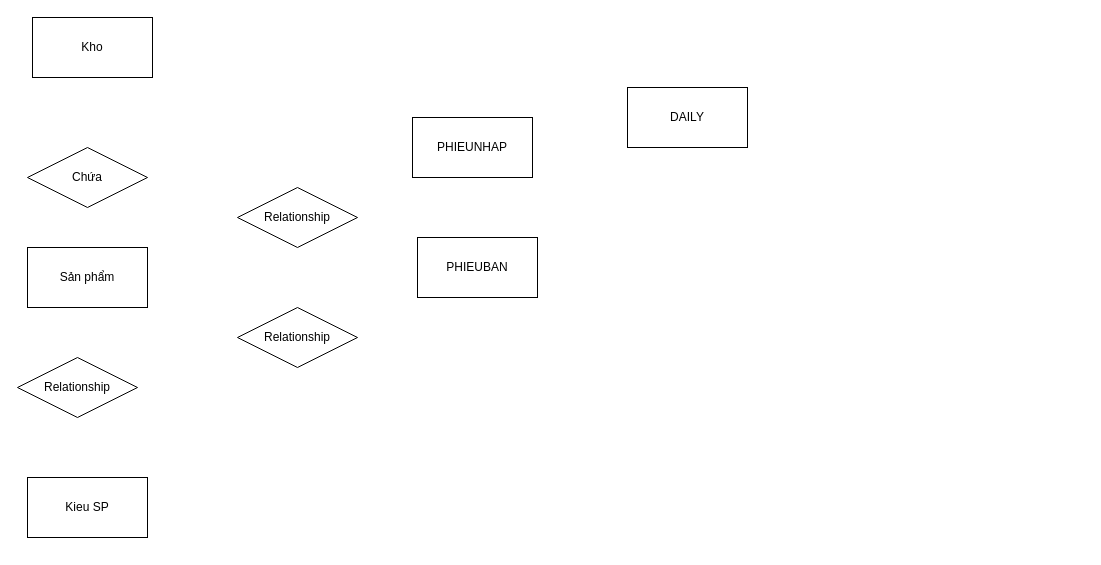
Before: Untitled Diagram.drawio in st123580/csdl, a draw.io diagram. Source tidied: cells renumbered, new cells numbered last; positions are measured from the earlier drawing's top-left corner, leaving out a move shared by most shapes. Both pictures are drawn from the tidied source at 100%, with x=0, y=0 at pixel (17, 17).
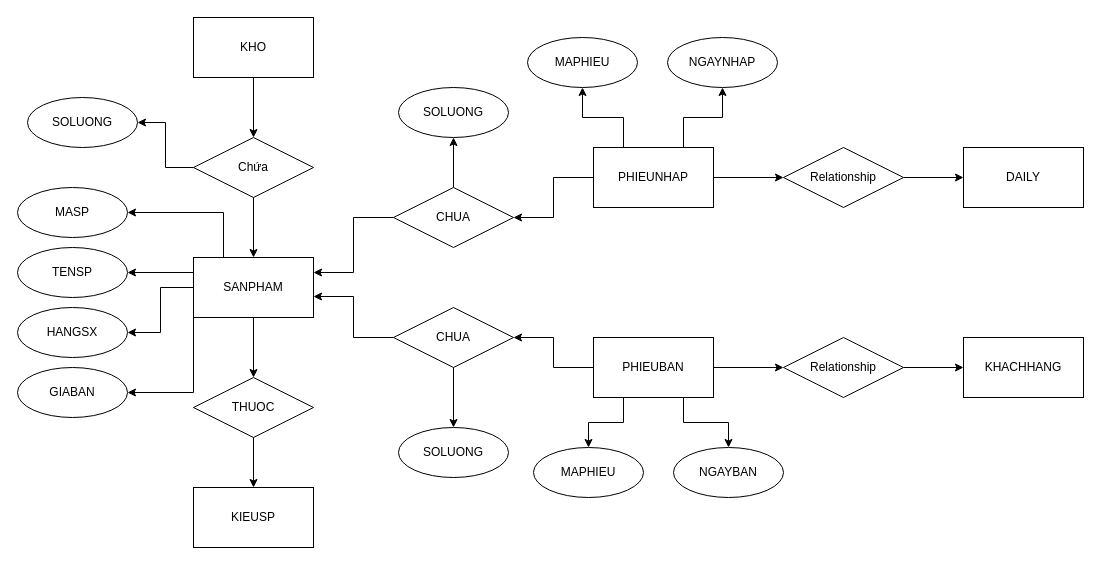
The same diagram, later.

Diff of the diagram source:
```diff
@@
+    <mxCell id="12" style="edgeStyle=orthogonalEdgeStyle;rounded=0;jettySize=auto;html=1;exitX=0.5;exitY=1;exitDx=0;exitDy=0;entryX=0.5;entryY=0;entryDx=0;entryDy=0;" parent="1" edge="1" source="2" target="3">
+      <mxGeometry relative="1" as="geometry" />
+    </mxCell>
-    <mxCell id="2" value="Kho" style="rounded=0;whiteSpace=wrap;html=1;" parent="1" vertex="1">
-      <mxGeometry x="15" width="120" height="60" as="geometry" />
+    <mxCell id="2" value="KHO" style="rounded=0;whiteSpace=wrap;html=1;" parent="1" vertex="1">
+      <mxGeometry x="176" width="120" height="60" as="geometry" />
     </mxCell>
+    <mxCell id="13" style="edgeStyle=orthogonalEdgeStyle;rounded=0;jettySize=auto;html=1;exitX=0.5;exitY=1;exitDx=0;exitDy=0;entryX=0.5;entryY=0;entryDx=0;entryDy=0;" parent="1" edge="1" source="3" target="4">
+      <mxGeometry relative="1" as="geometry" />
+    </mxCell>
+    <mxCell id="14" style="edgeStyle=orthogonalEdgeStyle;rounded=0;jettySize=auto;html=1;exitX=0;exitY=0.5;exitDx=0;exitDy=0;entryX=1;entryY=0.5;entryDx=0;entryDy=0;" parent="1" edge="1" source="3" target="38">
+      <mxGeometry relative="1" as="geometry" />
+    </mxCell>
     <mxCell id="3" value="Chứa" style="rhombus;whiteSpace=wrap;html=1;" parent="1" vertex="1">
-      <mxGeometry x="10" y="130" width="120" height="60" as="geometry" />
+      <mxGeometry x="176" y="120" width="120" height="60" as="geometry" />
     </mxCell>
+    <mxCell id="15" style="edgeStyle=orthogonalEdgeStyle;rounded=0;jettySize=auto;html=1;exitX=0.5;exitY=1;exitDx=0;exitDy=0;entryX=0.5;entryY=0;entryDx=0;entryDy=0;" parent="1" edge="1" source="4" target="5">
+      <mxGeometry relative="1" as="geometry" />
+    </mxCell>
+    <mxCell id="16" style="edgeStyle=orthogonalEdgeStyle;rounded=0;jettySize=auto;html=1;exitX=0.25;exitY=0;exitDx=0;exitDy=0;entryX=1;entryY=0.5;entryDx=0;entryDy=0;" parent="1" edge="1" source="4" target="39">
+      <mxGeometry relative="1" as="geometry" />
+    </mxCell>
+    <mxCell id="17" style="edgeStyle=orthogonalEdgeStyle;rounded=0;jettySize=auto;html=1;exitX=0;exitY=0.25;exitDx=0;exitDy=0;" parent="1" edge="1" source="4" target="40">
+      <mxGeometry relative="1" as="geometry" />
+    </mxCell>
+    <mxCell id="18" style="edgeStyle=orthogonalEdgeStyle;rounded=0;jettySize=auto;html=1;exitX=0;exitY=0.5;exitDx=0;exitDy=0;entryX=1;entryY=0.5;entryDx=0;entryDy=0;" parent="1" edge="1" source="4" target="41">
+      <mxGeometry relative="1" as="geometry" />
+    </mxCell>
+    <mxCell id="19" style="edgeStyle=orthogonalEdgeStyle;rounded=0;jettySize=auto;html=1;exitX=0;exitY=1;exitDx=0;exitDy=0;entryX=1;entryY=0.5;entryDx=0;entryDy=0;" parent="1" edge="1" source="4" target="42">
+      <mxGeometry relative="1" as="geometry" />
+    </mxCell>
-    <mxCell id="4" value="Sản phẩm" style="rounded=0;whiteSpace=wrap;html=1;" parent="1" vertex="1">
-      <mxGeometry x="10" y="230" width="120" height="60" as="geometry" />
+    <mxCell id="4" value="SANPHAM" style="rounded=0;whiteSpace=wrap;html=1;" parent="1" vertex="1">
+      <mxGeometry x="176" y="240" width="120" height="60" as="geometry" />
     </mxCell>
+    <mxCell id="20" style="edgeStyle=orthogonalEdgeStyle;rounded=0;jettySize=auto;html=1;exitX=0.5;exitY=1;exitDx=0;exitDy=0;" parent="1" edge="1" source="5" target="6">
+      <mxGeometry relative="1" as="geometry" />
+    </mxCell>
-    <mxCell id="5" value="Relationship" style="rhombus;whiteSpace=wrap;html=1;" parent="1" vertex="1">
-      <mxGeometry y="340" width="120" height="60" as="geometry" />
+    <mxCell id="5" value="THUOC" style="rhombus;whiteSpace=wrap;html=1;" parent="1" vertex="1">
+      <mxGeometry x="176" y="360" width="120" height="60" as="geometry" />
     </mxCell>
-    <mxCell id="6" value="Kieu SP" style="rounded=0;whiteSpace=wrap;html=1;" parent="1" vertex="1">
-      <mxGeometry x="10" y="460" width="120" height="60" as="geometry" />
+    <mxCell id="6" value="KIEUSP" style="rounded=0;whiteSpace=wrap;html=1;" parent="1" vertex="1">
+      <mxGeometry x="176" y="470" width="120" height="60" as="geometry" />
     </mxCell>
+    <mxCell id="21" style="edgeStyle=orthogonalEdgeStyle;rounded=0;jettySize=auto;html=1;exitX=0;exitY=0.5;exitDx=0;exitDy=0;entryX=1;entryY=0.5;entryDx=0;entryDy=0;" parent="1" edge="1" source="7" target="9">
+      <mxGeometry relative="1" as="geometry" />
+    </mxCell>
+    <mxCell id="22" style="edgeStyle=orthogonalEdgeStyle;rounded=0;jettySize=auto;html=1;exitX=1;exitY=0.5;exitDx=0;exitDy=0;entryX=0;entryY=0.5;entryDx=0;entryDy=0;" parent="1" edge="1" source="7" target="35">
+      <mxGeometry relative="1" as="geometry" />
+    </mxCell>
+    <mxCell id="23" style="edgeStyle=orthogonalEdgeStyle;rounded=0;jettySize=auto;html=1;exitX=0.25;exitY=0;exitDx=0;exitDy=0;entryX=0.5;entryY=1;entryDx=0;entryDy=0;" parent="1" edge="1" source="7" target="45">
+      <mxGeometry relative="1" as="geometry" />
+    </mxCell>
+    <mxCell id="24" style="edgeStyle=orthogonalEdgeStyle;rounded=0;jettySize=auto;html=1;exitX=0.75;exitY=0;exitDx=0;exitDy=0;entryX=0.5;entryY=1;entryDx=0;entryDy=0;" parent="1" edge="1" source="7" target="46">
+      <mxGeometry relative="1" as="geometry" />
+    </mxCell>
     <mxCell id="7" value="PHIEUNHAP" style="rounded=0;whiteSpace=wrap;html=1;" parent="1" vertex="1">
-      <mxGeometry x="395" y="100" width="120" height="60" as="geometry" />
+      <mxGeometry x="576" y="130" width="120" height="60" as="geometry" />
     </mxCell>
+    <mxCell id="25" style="edgeStyle=orthogonalEdgeStyle;rounded=0;jettySize=auto;html=1;exitX=0;exitY=0.5;exitDx=0;exitDy=0;" parent="1" edge="1" source="8" target="10">
+      <mxGeometry relative="1" as="geometry" />
+    </mxCell>
+    <mxCell id="26" style="edgeStyle=orthogonalEdgeStyle;rounded=0;jettySize=auto;html=1;exitX=1;exitY=0.5;exitDx=0;exitDy=0;entryX=0;entryY=0.5;entryDx=0;entryDy=0;" parent="1" edge="1" source="8" target="37">
+      <mxGeometry relative="1" as="geometry" />
+    </mxCell>
+    <mxCell id="27" style="edgeStyle=orthogonalEdgeStyle;rounded=0;jettySize=auto;html=1;exitX=0.25;exitY=1;exitDx=0;exitDy=0;" parent="1" edge="1" source="8" target="47">
+      <mxGeometry relative="1" as="geometry" />
+    </mxCell>
+    <mxCell id="28" style="edgeStyle=orthogonalEdgeStyle;rounded=0;jettySize=auto;html=1;exitX=0.75;exitY=1;exitDx=0;exitDy=0;" parent="1" edge="1" source="8" target="48">
+      <mxGeometry relative="1" as="geometry" />
+    </mxCell>
     <mxCell id="8" value="PHIEUBAN" style="rounded=0;whiteSpace=wrap;html=1;" parent="1" vertex="1">
-      <mxGeometry x="400" y="220" width="120" height="60" as="geometry" />
+      <mxGeometry x="576" y="320" width="120" height="60" as="geometry" />
     </mxCell>
+    <mxCell id="29" style="edgeStyle=orthogonalEdgeStyle;rounded=0;jettySize=auto;html=1;exitX=0;exitY=0.5;exitDx=0;exitDy=0;entryX=1;entryY=0.25;entryDx=0;entryDy=0;" parent="1" edge="1" source="9" target="4">
+      <mxGeometry relative="1" as="geometry" />
+    </mxCell>
+    <mxCell id="30" style="edgeStyle=orthogonalEdgeStyle;rounded=0;jettySize=auto;html=1;exitX=0.5;exitY=0;exitDx=0;exitDy=0;entryX=0.5;entryY=1;entryDx=0;entryDy=0;" parent="1" edge="1" source="9" target="43">
+      <mxGeometry relative="1" as="geometry" />
+    </mxCell>
-    <mxCell id="9" value="Relationship" style="rhombus;whiteSpace=wrap;html=1;" parent="1" vertex="1">
-      <mxGeometry x="220" y="170" width="120" height="60" as="geometry" />
+    <mxCell id="9" value="CHUA" style="rhombus;whiteSpace=wrap;html=1;" parent="1" vertex="1">
+      <mxGeometry x="376" y="170" width="120" height="60" as="geometry" />
     </mxCell>
+    <mxCell id="31" style="edgeStyle=orthogonalEdgeStyle;rounded=0;jettySize=auto;html=1;exitX=0;exitY=0.5;exitDx=0;exitDy=0;entryX=1;entryY=0.65;entryDx=0;entryDy=0;entryPerimeter=0;" parent="1" edge="1" source="10" target="4">
+      <mxGeometry relative="1" as="geometry" />
+    </mxCell>
+    <mxCell id="32" style="edgeStyle=orthogonalEdgeStyle;rounded=0;jettySize=auto;html=1;exitX=0.5;exitY=1;exitDx=0;exitDy=0;entryX=0.5;entryY=0;entryDx=0;entryDy=0;" parent="1" edge="1" source="10" target="44">
+      <mxGeometry relative="1" as="geometry" />
+    </mxCell>
-    <mxCell id="10" value="Relationship" style="rhombus;whiteSpace=wrap;html=1;" parent="1" vertex="1">
-      <mxGeometry x="220" y="290" width="120" height="60" as="geometry" />
+    <mxCell id="10" value="CHUA" style="rhombus;whiteSpace=wrap;html=1;" parent="1" vertex="1">
+      <mxGeometry x="376" y="290" width="120" height="60" as="geometry" />
     </mxCell>
     <mxCell id="11" value="DAILY" style="rounded=0;whiteSpace=wrap;html=1;" parent="1" vertex="1">
-      <mxGeometry x="610" y="70" width="120" height="60" as="geometry" />
+      <mxGeometry x="946" y="130" width="120" height="60" as="geometry" />
     </mxCell>
+    <mxCell id="33" value="KHACHHANG" style="rounded=0;whiteSpace=wrap;html=1;" parent="1" vertex="1">
+      <mxGeometry x="946" y="320" width="120" height="60" as="geometry" />
+    </mxCell>
+    <mxCell id="34" style="edgeStyle=orthogonalEdgeStyle;rounded=0;jettySize=auto;html=1;exitX=1;exitY=0.5;exitDx=0;exitDy=0;entryX=0;entryY=0.5;entryDx=0;entryDy=0;" parent="1" edge="1" source="35" target="11">
+      <mxGeometry relative="1" as="geometry" />
+    </mxCell>
+    <mxCell id="35" value="Relationship" style="rhombus;whiteSpace=wrap;html=1;" parent="1" vertex="1">
+      <mxGeometry x="766" y="130" width="120" height="60" as="geometry" />
+    </mxCell>
+    <mxCell id="36" style="edgeStyle=orthogonalEdgeStyle;rounded=0;jettySize=auto;html=1;exitX=1;exitY=0.5;exitDx=0;exitDy=0;entryX=0;entryY=0.5;entryDx=0;entryDy=0;" parent="1" edge="1" source="37" target="33">
+      <mxGeometry relative="1" as="geometry" />
+    </mxCell>
+    <mxCell id="37" value="Relationship" style="rhombus;whiteSpace=wrap;html=1;" parent="1" vertex="1">
+      <mxGeometry x="766" y="320" width="120" height="60" as="geometry" />
+    </mxCell>
+    <mxCell id="38" value="SOLUONG" style="ellipse;whiteSpace=wrap;html=1;" parent="1" vertex="1">
+      <mxGeometry x="10" y="80" width="110" height="50" as="geometry" />
+    </mxCell>
+    <mxCell id="39" value="MASP" style="ellipse;whiteSpace=wrap;html=1;" parent="1" vertex="1">
+      <mxGeometry y="170" width="110" height="50" as="geometry" />
+    </mxCell>
+    <mxCell id="40" value="TENSP" style="ellipse;whiteSpace=wrap;html=1;" parent="1" vertex="1">
+      <mxGeometry y="230" width="110" height="50" as="geometry" />
+    </mxCell>
+    <mxCell id="41" value="HANGSX" style="ellipse;whiteSpace=wrap;html=1;" parent="1" vertex="1">
+      <mxGeometry y="290" width="110" height="50" as="geometry" />
+    </mxCell>
+    <mxCell id="42" value="GIABAN" style="ellipse;whiteSpace=wrap;html=1;" parent="1" vertex="1">
+      <mxGeometry y="350" width="110" height="50" as="geometry" />
+    </mxCell>
+    <mxCell id="43" value="SOLUONG" style="ellipse;whiteSpace=wrap;html=1;" parent="1" vertex="1">
+      <mxGeometry x="381" y="70" width="110" height="50" as="geometry" />
+    </mxCell>
+    <mxCell id="44" value="SOLUONG" style="ellipse;whiteSpace=wrap;html=1;" parent="1" vertex="1">
+      <mxGeometry x="381" y="410" width="110" height="50" as="geometry" />
+    </mxCell>
+    <mxCell id="45" value="MAPHIEU" style="ellipse;whiteSpace=wrap;html=1;" parent="1" vertex="1">
+      <mxGeometry x="510" y="20" width="110" height="50" as="geometry" />
+    </mxCell>
+    <mxCell id="46" value="NGAYNHAP" style="ellipse;whiteSpace=wrap;html=1;" parent="1" vertex="1">
+      <mxGeometry x="650" y="20" width="110" height="50" as="geometry" />
+    </mxCell>
+    <mxCell id="47" value="MAPHIEU" style="ellipse;whiteSpace=wrap;html=1;" parent="1" vertex="1">
+      <mxGeometry x="516" y="430" width="110" height="50" as="geometry" />
+    </mxCell>
+    <mxCell id="48" value="NGAYBAN" style="ellipse;whiteSpace=wrap;html=1;" parent="1" vertex="1">
+      <mxGeometry x="656" y="430" width="110" height="50" as="geometry" />
+    </mxCell>
```
